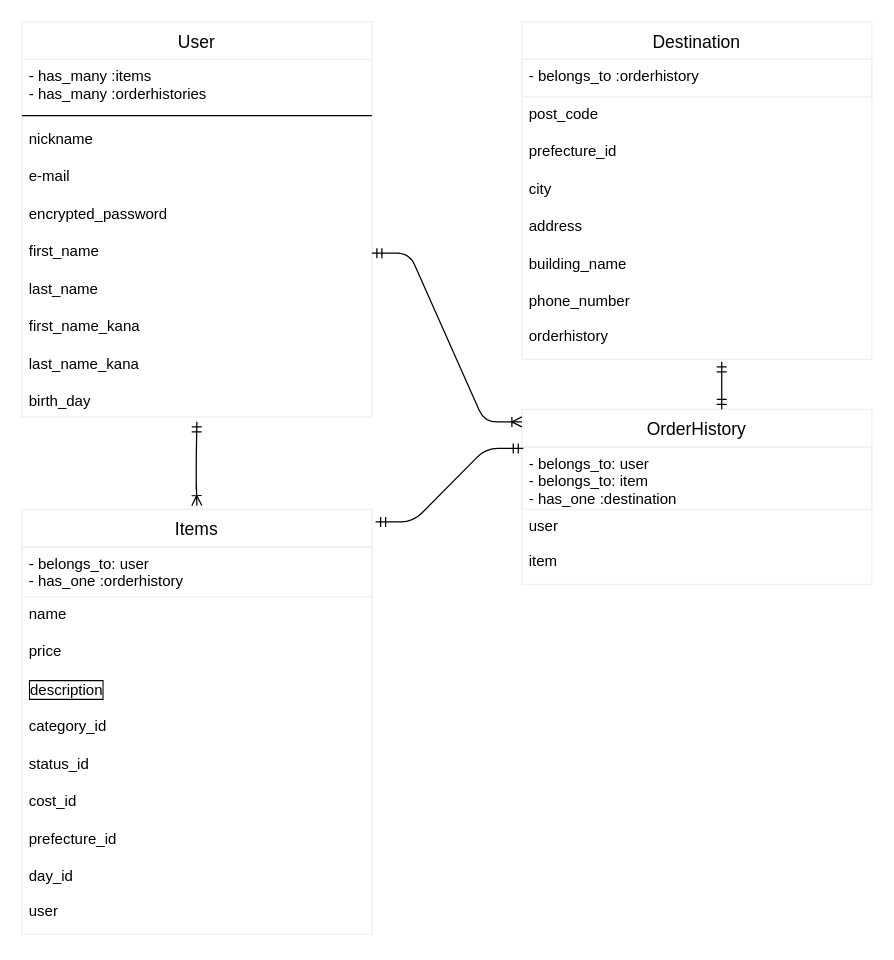
The draw.io diagram ER.dio in MOMOKOS/furima-32522, before the edit. Source tidied: cells renumbered, new cells numbered last; positions are measured from the earlier drawing's top-left corner, leaving out a move shared by most shapes. Both pictures are drawn from the tidied source at 125%, with x=0, y=0 at pixel (21, 21).
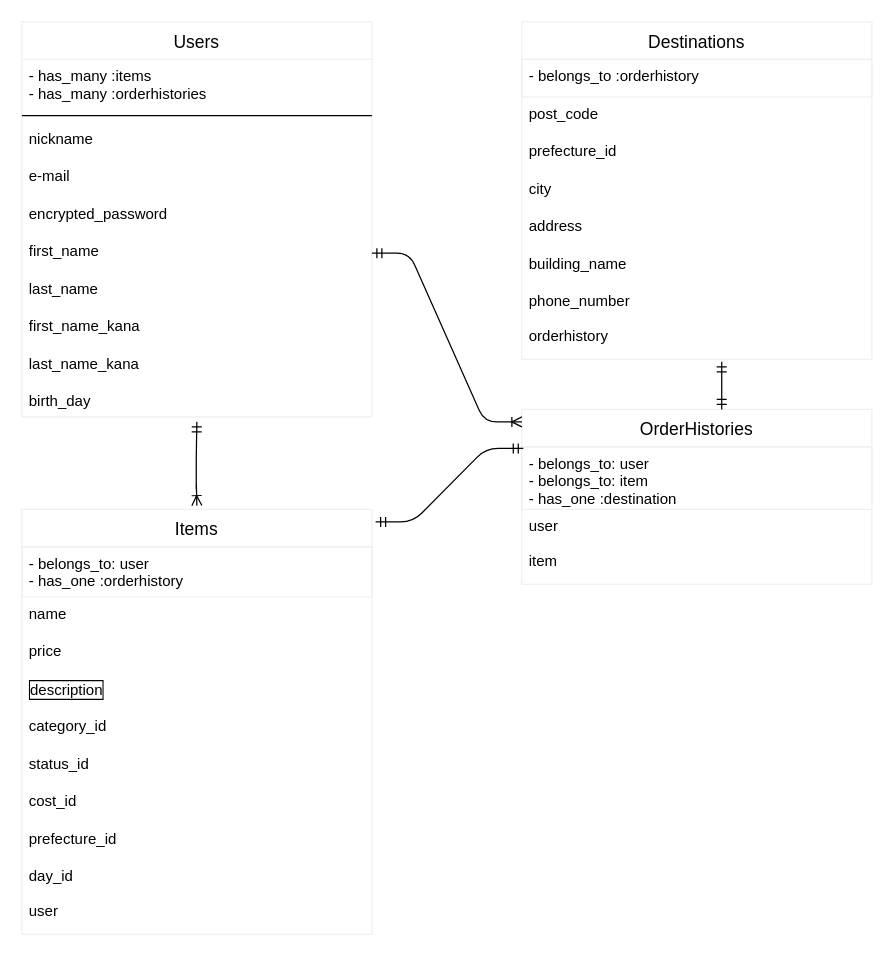
After the change.

Commit message (it also covers changes not shown here):
emailカラムにnull:falseを追加・テーブル名を複数形に変更

Diff of the diagram source:
```diff
@@
-    <mxCell id="12" value="Destination" style="swimlane;fontStyle=0;horizontal=1;startSize=30;align=center;fontSize=14;rounded=0;glass=0;labelBackgroundColor=none;sketch=0;strokeColor=#f0f0f0;fillColor=none;html=0;" parent="1" vertex="1">
+    <mxCell id="12" value="Destinations" style="swimlane;fontStyle=0;horizontal=1;startSize=30;align=center;fontSize=14;rounded=0;glass=0;labelBackgroundColor=none;sketch=0;strokeColor=#f0f0f0;fillColor=none;html=0;" parent="1" vertex="1">
       <mxGeometry x="400" width="280" height="270" as="geometry" />
     </mxCell>
@@
-    <mxCell id="20" value="OrderHistory" style="swimlane;fontStyle=0;horizontal=1;startSize=30;align=center;fontSize=14;rounded=0;glass=0;labelBackgroundColor=none;sketch=0;strokeColor=#f0f0f0;fillColor=none;html=0;" parent="1" vertex="1">
+    <mxCell id="20" value="OrderHistories" style="swimlane;fontStyle=0;horizontal=1;startSize=30;align=center;fontSize=14;rounded=0;glass=0;labelBackgroundColor=none;sketch=0;strokeColor=#f0f0f0;fillColor=none;html=0;" parent="1" vertex="1">
       <mxGeometry x="400" y="310" width="280" height="140" as="geometry" />
     </mxCell>
@@
-    <mxCell id="23" value="User" style="swimlane;fontStyle=0;horizontal=1;startSize=30;align=center;fontSize=14;rounded=0;glass=0;labelBackgroundColor=none;sketch=0;strokeColor=#f0f0f0;fillColor=none;html=0;" parent="1" vertex="1">
+    <mxCell id="23" value="Users" style="swimlane;fontStyle=0;horizontal=1;startSize=30;align=center;fontSize=14;rounded=0;glass=0;labelBackgroundColor=none;sketch=0;strokeColor=#f0f0f0;fillColor=none;html=0;" parent="1" vertex="1">
       <mxGeometry width="280" height="316" as="geometry" />
     </mxCell>
```
